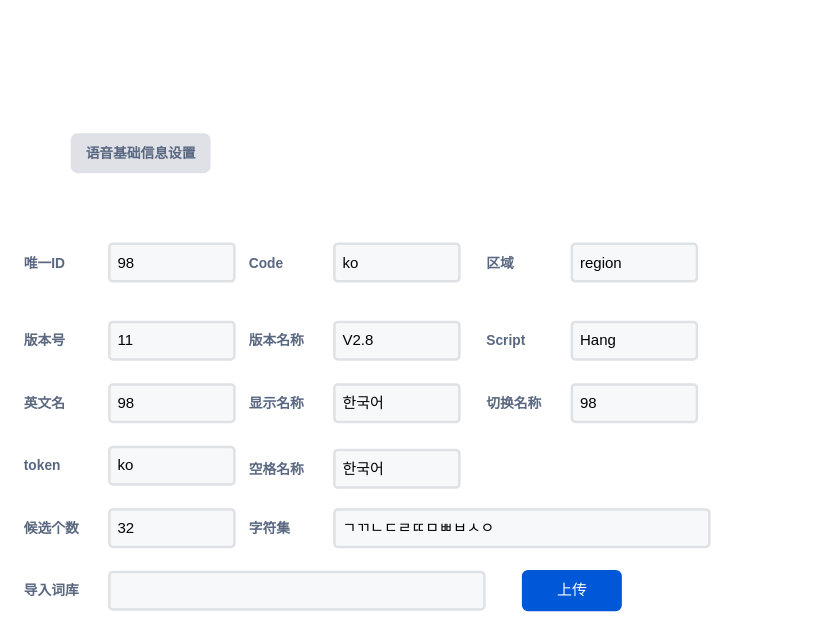
The draw.io diagram layout-editor/语言基本信息.drawio in chonglv/charts, before the edit. Source tidied: cells renumbered, new cells numbered last; positions are measured from the earlier drawing's top-left corner, leaving out a move shared by most shapes. Both pictures are drawn from the tidied source at 125%, with x=0, y=0 at pixel (21, 134).
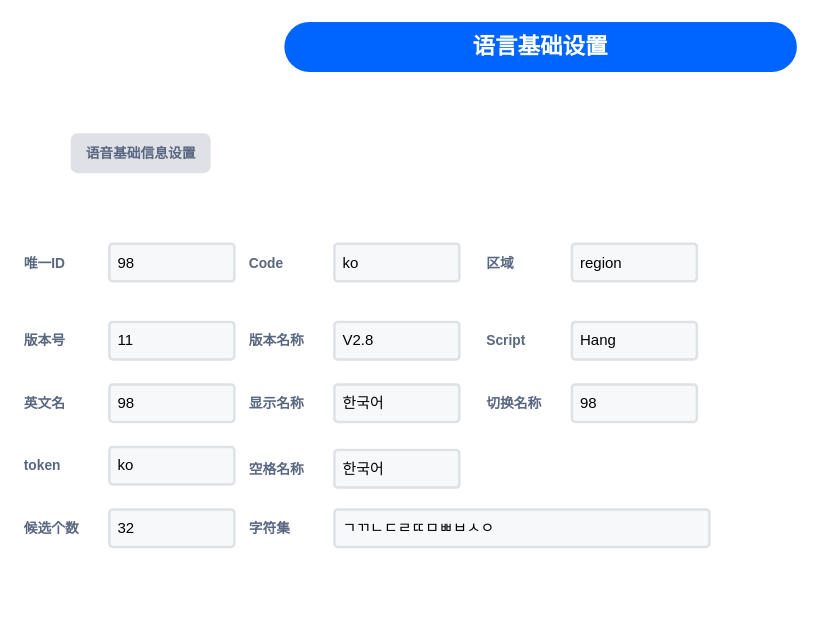
After the change.

Commit message:
更新语言基本信息.drawio

Change to the diagram source:
```diff
@@
-    <mxCell id="28" value="导入词库" style="fillColor=none;strokeColor=none;html=1;fontSize=11;fontStyle=0;align=left;fontColor=#596780;fontStyle=1;fontSize=11;" parent="1" vertex="1">
-      <mxGeometry y="355" width="60" height="20" as="geometry" />
-    </mxCell>
-    <mxCell id="29" style="rounded=1;arcSize=9;fillColor=#F7F8F9;align=left;spacingLeft=5;strokeColor=#DEE1E6;html=1;strokeWidth=2;fontSize=12;" parent="1" vertex="1">
-      <mxGeometry x="70" y="350" width="300" height="30" as="geometry" />
-    </mxCell>
-    <mxCell id="30" value="上传" style="rounded=1;fillColor=#0057D8;align=center;strokeColor=none;html=1;fontColor=#ffffff;fontSize=12;" parent="1" vertex="1">
-      <mxGeometry x="400" y="348.5" width="80" height="33" as="geometry" />
-    </mxCell>
@@
+    <mxCell id="32" value="语言基础设置" style="rounded=1;fillColor=#0065FF;strokeColor=none;html=1;fontColor=#ffffff;align=center;verticalAlign=middle;whiteSpace=wrap;fontSize=18;fontStyle=1;arcSize=50;" parent="1" vertex="1">
+      <mxGeometry x="210" y="-90" width="410" height="40" as="geometry" />
+    </mxCell>
```
